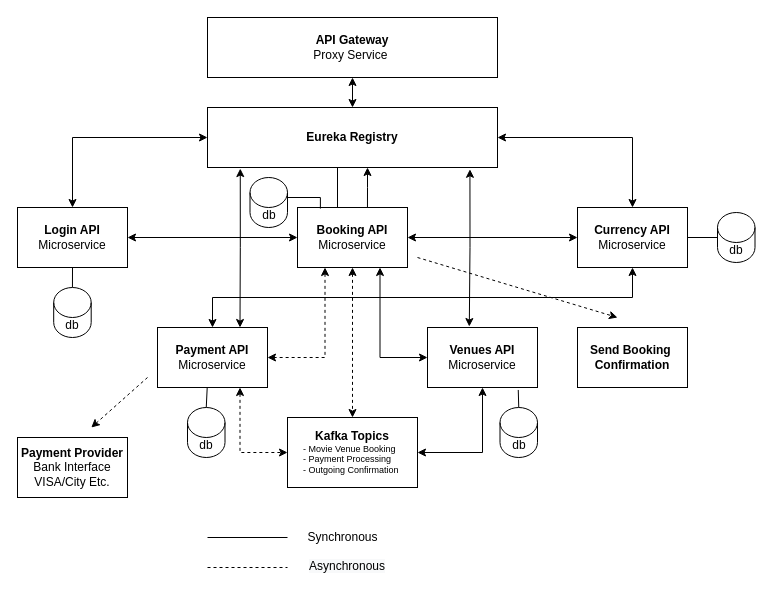
This is MovieBooking.drawio from ruvicgit/microservices-task-1, a draw.io file, before an edit. Source tidied: cells renumbered, new cells numbered last; positions are measured from the earlier drawing's top-left corner, leaving out a move shared by most shapes. Both pictures are drawn from the tidied source at 100%, with x=0, y=0 at pixel (17, 17).
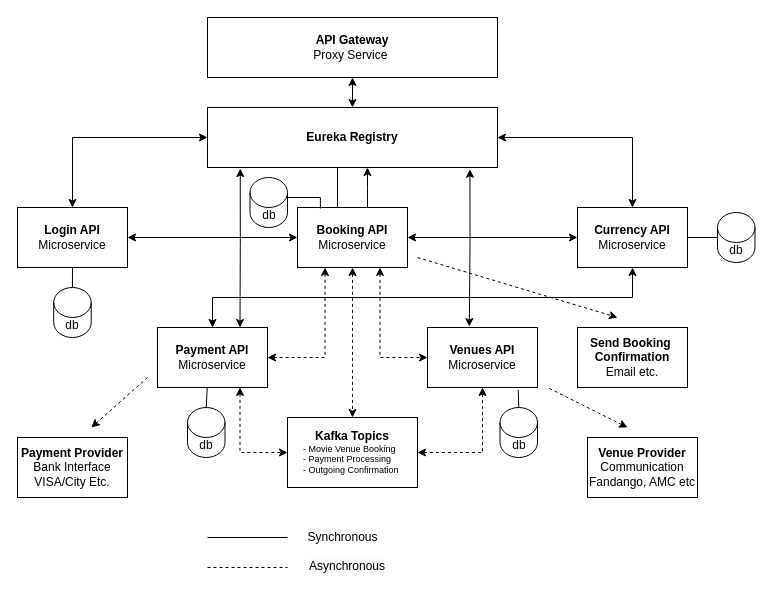
The same diagram, later.

The change refers to these unchanged cells:
```xml
<mxCell id="18" value="&lt;b&gt;Booking API&lt;/b&gt;&lt;br&gt;Microservice" style="rounded=0;whiteSpace=wrap;html=1;" parent="1" vertex="1">
  <mxGeometry x="280" y="190" width="110" height="60" as="geometry" />
</mxCell>
<mxCell id="24" value="&lt;b&gt;Venues API&lt;/b&gt;&lt;br&gt;Microservice" style="rounded=0;whiteSpace=wrap;html=1;" parent="1" vertex="1">
  <mxGeometry x="410" y="310" width="110" height="60" as="geometry" />
</mxCell>
<mxCell id="31" value="&lt;b&gt;Kafka Topics&lt;/b&gt;&lt;br&gt;&lt;div style=&quot;text-align: left ; font-size: 9px&quot;&gt;&lt;span&gt;- Movie Venue Booking&lt;/span&gt;&lt;br&gt;&lt;/div&gt;&lt;div style=&quot;text-align: left ; font-size: 9px&quot;&gt;&lt;span&gt;- Payment Processing&lt;/span&gt;&lt;/div&gt;&lt;div style=&quot;text-align: left ; font-size: 9px&quot;&gt;&lt;span&gt;- Outgoing Confirmation&amp;nbsp;&lt;/span&gt;&lt;/div&gt;" style="rounded=0;whiteSpace=wrap;html=1;" parent="1" vertex="1">
  <mxGeometry x="270" y="400" width="130" height="70" as="geometry" />
</mxCell>
```

Change to the diagram source:
```diff
@@
-    <mxCell id="13" style="edgeStyle=orthogonalEdgeStyle;rounded=0;jettySize=auto;html=1;exitX=0.75;exitY=1;exitDx=0;exitDy=0;entryX=0;entryY=0.5;entryDx=0;entryDy=0;endArrow=classic;endFill=1;startArrow=classic;startFill=1;" parent="1" edge="1" source="18" target="24">
+    <mxCell id="13" style="edgeStyle=orthogonalEdgeStyle;rounded=0;jettySize=auto;html=1;exitX=0.75;exitY=1;exitDx=0;exitDy=0;entryX=0;entryY=0.5;entryDx=0;entryDy=0;endArrow=classic;endFill=1;startArrow=classic;startFill=1;dashed=1;" parent="1" edge="1" source="18" target="24">
       <mxGeometry relative="1" as="geometry" />
     </mxCell>
@@
-    <mxCell id="30" style="edgeStyle=orthogonalEdgeStyle;rounded=0;jettySize=auto;html=1;exitX=1;exitY=0.5;exitDx=0;exitDy=0;entryX=0.5;entryY=1;entryDx=0;entryDy=0;fontSize=9;startArrow=classic;startFill=1;endArrow=classic;endFill=1;" parent="1" edge="1" source="31" target="24">
+    <mxCell id="30" style="edgeStyle=orthogonalEdgeStyle;rounded=0;jettySize=auto;html=1;exitX=1;exitY=0.5;exitDx=0;exitDy=0;entryX=0.5;entryY=1;entryDx=0;entryDy=0;fontSize=9;startArrow=classic;startFill=1;endArrow=classic;endFill=1;dashed=1;" parent="1" edge="1" source="31" target="24">
       <mxGeometry relative="1" as="geometry" />
     </mxCell>
@@
-    <mxCell id="33" value="&lt;b style=&quot;font-family: &amp;#34;helvetica&amp;#34;&quot;&gt;Send Booking&amp;nbsp;&lt;br&gt;Confirmation&lt;/b&gt;" style="rounded=0;whiteSpace=wrap;html=1;" parent="1" vertex="1">
+    <mxCell id="33" value="&lt;span style=&quot;font-family: &amp;#34;helvetica&amp;#34;&quot;&gt;&lt;b&gt;Send Booking&amp;nbsp;&lt;/b&gt;&lt;br&gt;&lt;b&gt;Confirmation&lt;/b&gt;&lt;br&gt;Email etc.&lt;br&gt;&lt;/span&gt;" style="rounded=0;whiteSpace=wrap;html=1;" parent="1" vertex="1">
       <mxGeometry x="560" y="310" width="110" height="60" as="geometry" />
     </mxCell>
@@
+    <mxCell id="43" value="&lt;b&gt;Venue Provider&lt;/b&gt;&lt;br&gt;Communication&lt;br&gt;Fandango, AMC etc" style="rounded=0;whiteSpace=wrap;html=1;" parent="1" vertex="1">
+      <mxGeometry x="570" y="420" width="110" height="60" as="geometry" />
+    </mxCell>
+    <mxCell id="44" style="endArrow=none;startArrow=classic;html=1;rounded=0;fontSize=9;startFill=1;endFill=0;dashed=1;" parent="1" edge="1">
+      <mxGeometry relative="1" as="geometry">
+        <mxPoint x="610" y="410" as="sourcePoint" />
+        <mxPoint x="530" y="370" as="targetPoint" />
+      </mxGeometry>
+    </mxCell>
```
